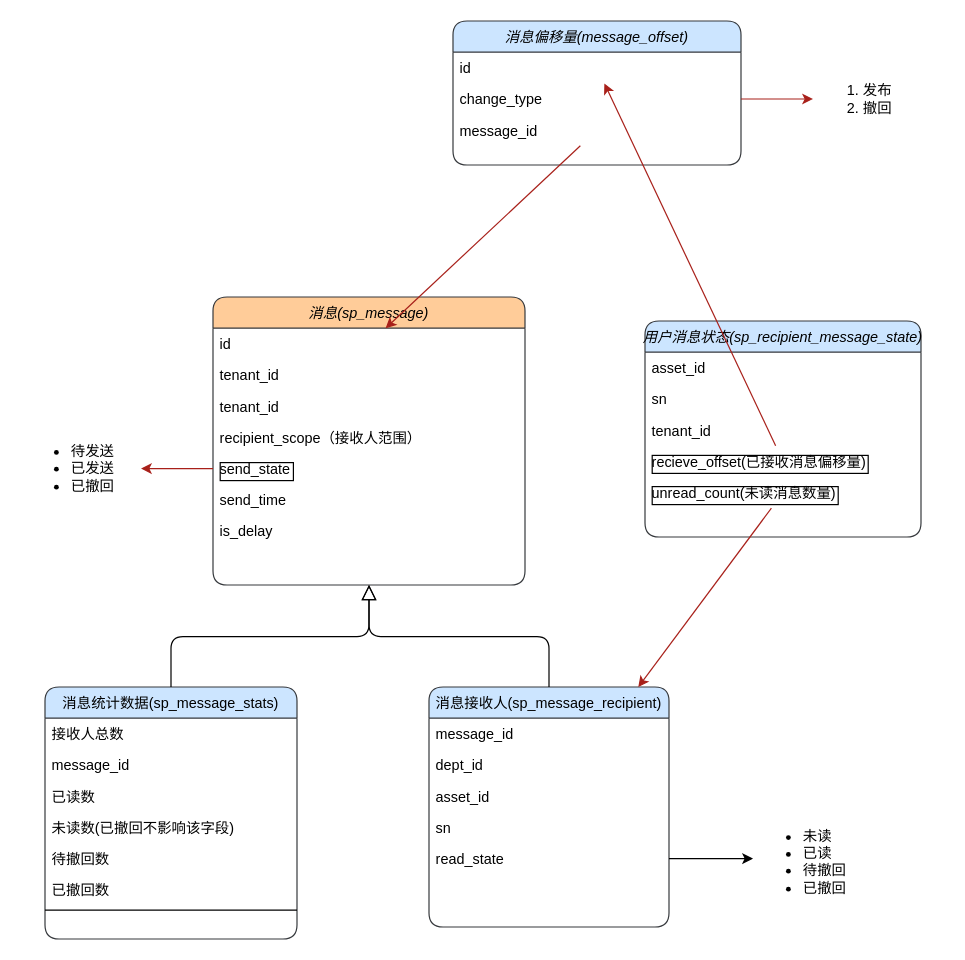
This is work/service_portal/F9消息通知类图.drawio from jiswordsman/diagram, a draw.io file, before an edit. Source tidied: cells renumbered, new cells numbered last; positions are measured from the earlier drawing's top-left corner, leaving out a move shared by most shapes. Both pictures are drawn from the tidied source at 120%, with x=0, y=0 at pixel (20, 20).
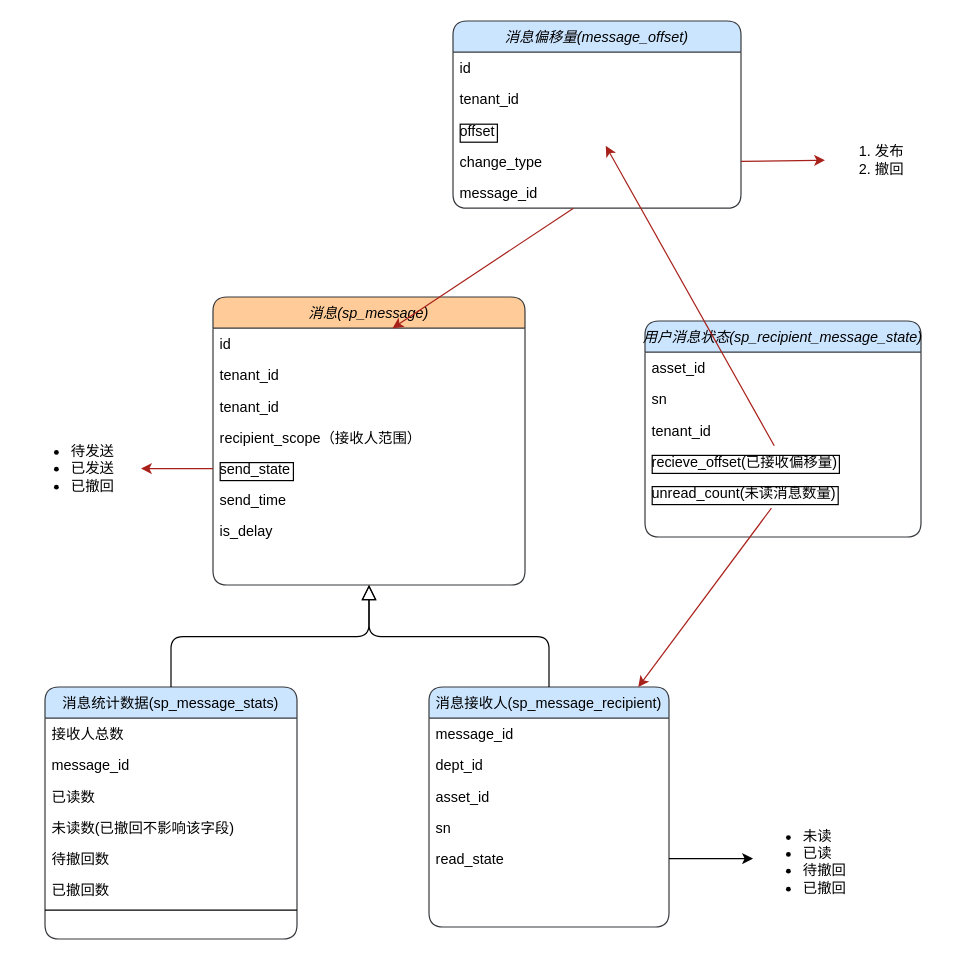
The same page after the edit.

Commit message:
更新F9消息通知类图.drawio

The change refers to these unchanged cells:
```xml
<mxCell id="29" value="用户消息状态(sp_recipient_message_state)" style="swimlane;fontStyle=2;align=center;verticalAlign=top;horizontal=1;startSize=26;rounded=1;shadow=0;strokeWidth=1;labelBackgroundColor=none;fillColor=#cce5ff;strokeColor=#36393d;" parent="1" vertex="1">
  <mxGeometry x="520" y="250" width="230" height="180" as="geometry" />
</mxCell>
<mxCell id="36" value="id" style="text;align=left;verticalAlign=top;spacingLeft=4;spacingRight=4;overflow=hidden;points=[[0,0.5],[1,0.5]];portConstraint=eastwest;rounded=1;labelBackgroundColor=none;" parent="35" vertex="1">
  <mxGeometry y="26" width="240" height="26" as="geometry" />
</mxCell>
```

What changed in the source:
```diff
@@
-    <mxCell id="26" value="&lt;ul&gt;&lt;li&gt;未读&lt;/li&gt;&lt;li&gt;已读&lt;/li&gt;&lt;li&gt;待撤回&lt;/li&gt;&lt;li&gt;已撤回&lt;/li&gt;&lt;/ul&gt;" style="text;html=1;whiteSpace=wrap;verticalAlign=middle;overflow=hidden;rounded=1;labelBackgroundColor=none;" parent="1" vertex="1">
+    <mxCell id="26" value="&lt;ul&gt;&lt;li&gt;&lt;span style=&quot;background-color: initial;&quot;&gt;未读&lt;/span&gt;&lt;br&gt;&lt;/li&gt;&lt;li&gt;已读&lt;/li&gt;&lt;li&gt;待撤回&lt;/li&gt;&lt;li&gt;已撤回&lt;/li&gt;&lt;/ul&gt;" style="text;html=1;whiteSpace=wrap;verticalAlign=middle;overflow=hidden;rounded=1;labelBackgroundColor=none;" parent="1" vertex="1">
       <mxGeometry x="610" y="658" width="100" height="80" as="geometry" />
     </mxCell>
@@
-    <mxCell id="33" value="recieve_offset(已接收消息偏移量)" style="text;align=left;verticalAlign=top;spacingLeft=4;spacingRight=4;overflow=hidden;points=[[0,0.5],[1,0.5]];portConstraint=eastwest;rounded=1;shadow=0;html=0;labelBackgroundColor=none;labelBorderColor=default;" parent="29" vertex="1">
+    <mxCell id="33" value="recieve_offset(已接收偏移量)" style="text;align=left;verticalAlign=top;spacingLeft=4;spacingRight=4;overflow=hidden;points=[[0,0.5],[1,0.5]];portConstraint=eastwest;rounded=1;shadow=0;html=0;labelBackgroundColor=none;labelBorderColor=default;" parent="29" vertex="1">
       <mxGeometry y="104" width="230" height="26" as="geometry" />
     </mxCell>
@@
     <mxCell id="35" value="消息偏移量(message_offset)" style="swimlane;fontStyle=2;align=center;verticalAlign=top;horizontal=1;startSize=26;rounded=1;shadow=0;strokeWidth=1;labelBackgroundColor=none;fillColor=#cce5ff;strokeColor=#36393d;" parent="1" vertex="1">
-      <mxGeometry x="360" width="240" height="120" as="geometry" />
+      <mxGeometry x="360" width="240" height="156" as="geometry" />
     </mxCell>
@@
+    <mxCell id="45" value="tenant_id" style="text;align=left;verticalAlign=top;spacingLeft=4;spacingRight=4;overflow=hidden;rounded=1;labelBackgroundColor=none;" parent="35" vertex="1">
+      <mxGeometry y="52" width="240" height="26" as="geometry" />
+    </mxCell>
+    <mxCell id="46" value="offset" style="text;align=left;verticalAlign=top;spacingLeft=4;spacingRight=4;overflow=hidden;points=[[0,0.5],[1,0.5]];portConstraint=eastwest;rounded=1;labelBackgroundColor=none;labelBorderColor=default;" parent="35" vertex="1">
+      <mxGeometry y="78" width="240" height="26" as="geometry" />
+    </mxCell>
     <mxCell id="37" value="change_type" style="text;align=left;verticalAlign=top;spacingLeft=4;spacingRight=4;overflow=hidden;points=[[0,0.5],[1,0.5]];portConstraint=eastwest;rounded=1;shadow=0;html=0;labelBackgroundColor=none;" parent="35" vertex="1">
-      <mxGeometry y="52" width="240" height="26" as="geometry" />
+      <mxGeometry y="104" width="240" height="26" as="geometry" />
     </mxCell>
     <mxCell id="38" value="message_id" style="text;align=left;verticalAlign=top;spacingLeft=4;spacingRight=4;overflow=hidden;points=[[0,0.5],[1,0.5]];portConstraint=eastwest;rounded=1;shadow=0;html=0;labelBackgroundColor=none;" parent="35" vertex="1">
-      <mxGeometry y="78" width="240" height="26" as="geometry" />
+      <mxGeometry y="130" width="240" height="26" as="geometry" />
     </mxCell>
     <mxCell id="39" value="&lt;ol&gt;&lt;li&gt;发布&lt;/li&gt;&lt;li&gt;撤回&lt;/li&gt;&lt;/ol&gt;" style="text;html=1;whiteSpace=wrap;verticalAlign=middle;overflow=hidden;rounded=1;" parent="1" vertex="1">
-      <mxGeometry x="660" y="25" width="100" height="80" as="geometry" />
+      <mxGeometry x="670" y="76" width="100" height="80" as="geometry" />
     </mxCell>
-    <mxCell id="40" style="endArrow=classic;html=1;strokeColor=#A8201A;fontColor=#143642;fillColor=#FAE5C7;entryX=0;entryY=0.5;entryDx=0;entryDy=0;" parent="1" edge="1" source="37" target="39">
+    <mxCell id="40" style="endArrow=classic;html=1;strokeColor=#A8201A;fontColor=#143642;fillColor=#FAE5C7;entryX=0;entryY=0.5;entryDx=0;entryDy=0;exitX=1;exitY=0.5;exitDx=0;exitDy=0;" parent="1" edge="1" source="37" target="39">
       <mxGeometry relative="1" as="geometry" />
     </mxCell>
@@
-    <mxCell id="42" style="endArrow=classic;html=1;strokeColor=#A8201A;fontColor=#143642;fillColor=#FAE5C7;" parent="1" edge="1" source="33" target="36">
+    <mxCell id="42" style="endArrow=classic;html=1;strokeColor=#A8201A;fontColor=#143642;fillColor=#FAE5C7;" parent="1" edge="1" source="33" target="46">
       <mxGeometry relative="1" as="geometry" />
     </mxCell>
```
